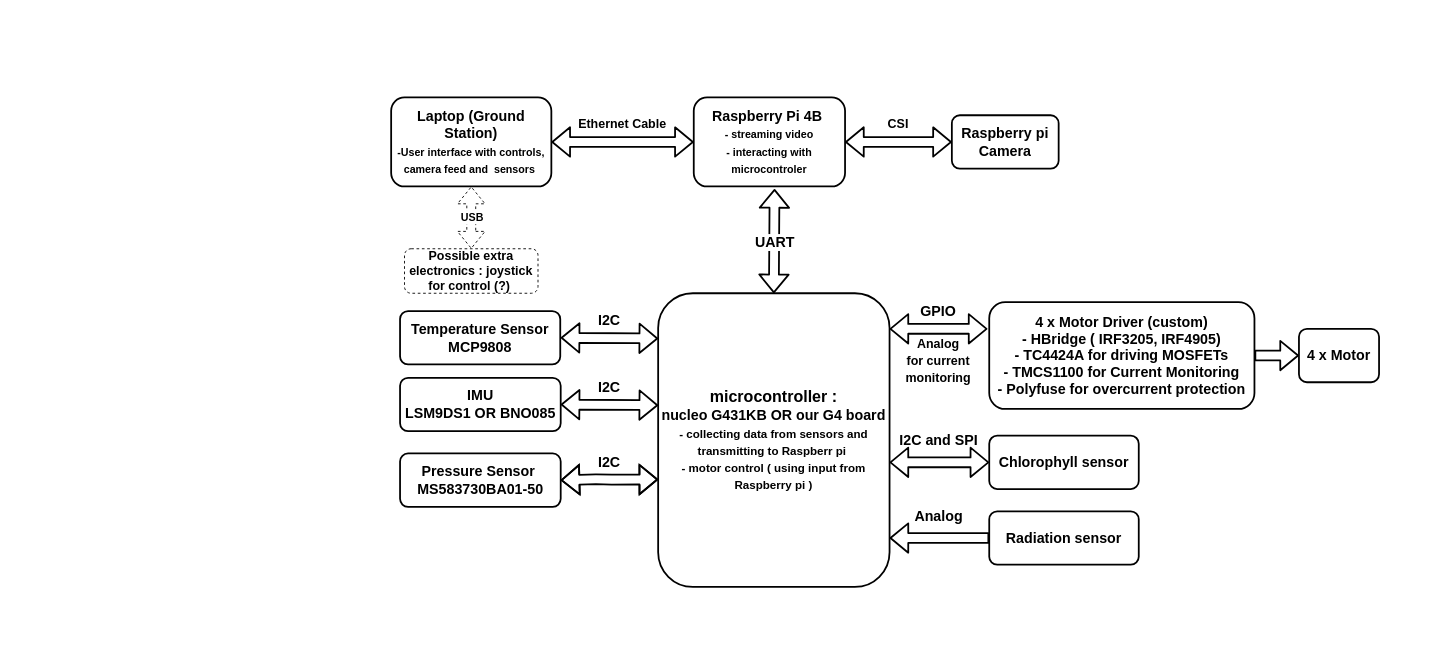
UoM-Robotics-Society/ROV-project keeps this draw.io diagram as docs/ROV-diagram.drawio. Above is the earlier version. Source tidied: cells renumbered, new cells numbered last; positions are measured from the earlier drawing's top-left corner, leaving out a move shared by most shapes. Both pictures are drawn from the tidied source at 89%, with x=0, y=0 at pixel (391, 97).
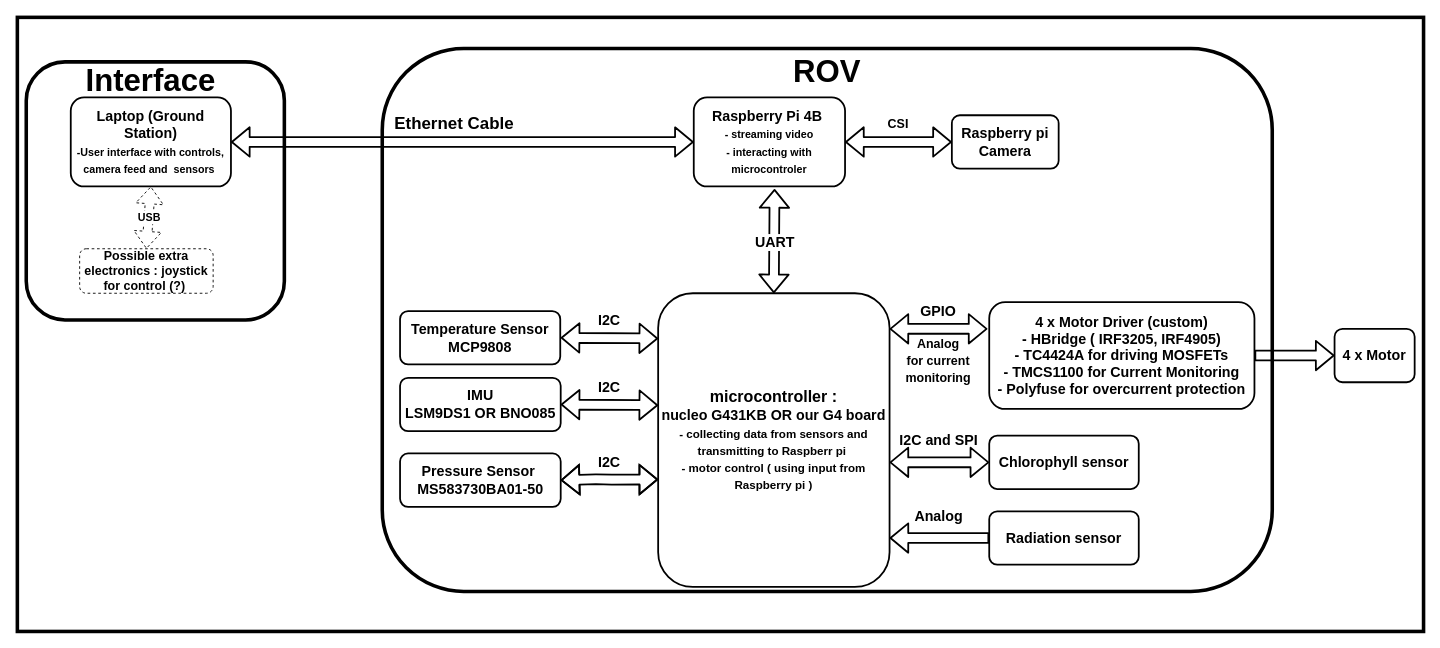
Above is the later version.

Commit message (it also covers changes not shown here):
corrected diagrams

Unchanged cells that the change refers to:
```xml
<mxCell id="8" value="Raspberry Pi 4B&amp;nbsp;&lt;br&gt;&lt;span style=&quot;font-size: 12px&quot;&gt;- streaming video&lt;/span&gt;&lt;br style=&quot;font-size: 12px&quot;&gt;&lt;span style=&quot;font-size: 12px&quot;&gt;- interacting with microcontroler&lt;/span&gt;&lt;br&gt;" style="rounded=1;whiteSpace=wrap;html=1;fontSize=16;strokeWidth=2;fontStyle=1;" parent="1" vertex="1">
  <mxGeometry x="340" width="170" height="100" as="geometry" />
</mxCell>
<mxCell id="16" value="4 x Motor Driver (custom)&lt;br&gt;- HBridge ( IRF3205, IRF4905)&lt;br&gt;- TC4424A for driving MOSFETs&lt;br&gt;- TMCS1100 for Current Monitoring&lt;br&gt;- Polyfuse for overcurrent protection" style="rounded=1;whiteSpace=wrap;html=1;fontSize=16;strokeWidth=2;fontStyle=1;" parent="1" vertex="1">
  <mxGeometry x="672" y="230" width="298" height="120" as="geometry" />
</mxCell>
```

The edit, as a diff of the source:
```diff
@@
+    <mxCell id="36" style="rounded=0;whiteSpace=wrap;html=1;fontSize=35;strokeWidth=4;" parent="1" vertex="1">
+      <mxGeometry x="-420" y="-90" width="1580" height="690" as="geometry" />
+    </mxCell>
+    <mxCell id="37" style="rounded=1;whiteSpace=wrap;html=1;fillColor=none;strokeWidth=4;" parent="1" vertex="1">
+      <mxGeometry x="-10" y="-55" width="1000" height="610" as="geometry" />
+    </mxCell>
     <mxCell id="2" value="&lt;font style=&quot;font-size: 16px&quot;&gt;&lt;b style=&quot;font-size: 16px&quot;&gt;Laptop (Ground Station)&lt;br&gt;&lt;/b&gt;&lt;span style=&quot;font-size: 12px ; font-weight: 700&quot;&gt;-User interface with controls, camera feed and&amp;nbsp; sensors&amp;nbsp;&lt;/span&gt;&lt;b style=&quot;font-size: 16px&quot;&gt;&lt;br style=&quot;font-size: 16px&quot;&gt;&lt;/b&gt;&lt;/font&gt;" style="rounded=1;whiteSpace=wrap;html=1;fontSize=16;strokeWidth=2;" parent="1" vertex="1">
-      <mxGeometry width="180" height="100" as="geometry" />
+      <mxGeometry x="-360" width="180" height="100" as="geometry" />
     </mxCell>
@@
     <mxCell id="5" value="Possible extra electronics : joystick for control (?)&amp;nbsp;" style="rounded=1;whiteSpace=wrap;html=1;strokeWidth=1;fontSize=14;fontStyle=1;dashed=1;" parent="1" vertex="1">
-      <mxGeometry x="15" y="170" width="150" height="50" as="geometry" />
+      <mxGeometry x="-350" y="170" width="150" height="50" as="geometry" />
     </mxCell>
-    <mxCell id="6" style="shape=flexArrow;endArrow=classic;startArrow=classic;html=1;fontSize=14;strokeWidth=2;exitX=1;exitY=0.5;exitDx=0;exitDy=0;" parent="1" edge="1" source="2">
-      <mxGeometry relative="1" as="geometry">
-        <mxPoint x="340" y="50" as="targetPoint" />
-      </mxGeometry>
+    <mxCell id="6" style="shape=flexArrow;endArrow=classic;startArrow=classic;html=1;fontSize=14;strokeWidth=2;exitX=1;exitY=0.5;exitDx=0;exitDy=0;entryX=0;entryY=0.5;entryDx=0;entryDy=0;" parent="1" edge="1" source="2" target="8">
+      <mxGeometry relative="1" as="geometry" />
     </mxCell>
-    <mxCell id="7" value="&lt;b&gt;&lt;font style=&quot;font-size: 14px&quot;&gt;Ethernet Cable&lt;/font&gt;&lt;/b&gt;" style="text;html=1;strokeColor=none;fillColor=none;align=center;verticalAlign=middle;whiteSpace=wrap;rounded=0;fontSize=12;" parent="1" vertex="1">
-      <mxGeometry x="200" y="20" width="120" height="20" as="geometry" />
+    <mxCell id="7" value="&lt;span style=&quot;font-size: 19px;&quot;&gt;&lt;font style=&quot;font-size: 19px;&quot;&gt;Ethernet Cable&lt;/font&gt;&lt;/span&gt;" style="text;html=1;strokeColor=none;fillColor=none;align=center;verticalAlign=middle;whiteSpace=wrap;rounded=0;fontSize=19;fontStyle=1;" parent="1" vertex="1">
+      <mxGeometry x="-49.5" y="20" width="240" height="20" as="geometry" />
     </mxCell>
@@
-    <mxCell id="17" style="shape=flexArrow;endArrow=classic;html=1;fontSize=16;strokeWidth=2;exitX=1;exitY=0.5;exitDx=0;exitDy=0;entryX=0;entryY=0.5;entryDx=0;entryDy=0;" parent="1" edge="1" source="16" target="20">
-      <mxGeometry relative="1" as="geometry" />
-    </mxCell>
@@
     <mxCell id="20" value="4 x Motor" style="rounded=1;whiteSpace=wrap;html=1;fontSize=16;strokeWidth=2;fontStyle=1;" parent="1" vertex="1">
-      <mxGeometry x="1020" y="260" width="90" height="60" as="geometry" />
+      <mxGeometry x="1060" y="260" width="90" height="60" as="geometry" />
     </mxCell>
@@
+    <mxCell id="38" style="rounded=1;whiteSpace=wrap;html=1;strokeWidth=4;fillColor=none;" parent="1" vertex="1">
+      <mxGeometry x="-410" y="-40" width="290" height="290" as="geometry" />
+    </mxCell>
+    <mxCell id="39" value="ROV" style="text;html=1;strokeColor=none;fillColor=none;align=center;verticalAlign=middle;whiteSpace=wrap;rounded=0;fontSize=35;fontStyle=1;" parent="1" vertex="1">
+      <mxGeometry x="470" y="-40" width="40" height="20" as="geometry" />
+    </mxCell>
+    <mxCell id="40" value="Interface" style="text;html=1;strokeColor=none;fillColor=none;align=center;verticalAlign=middle;whiteSpace=wrap;rounded=0;fontSize=35;fontStyle=1;" parent="1" vertex="1">
+      <mxGeometry x="-290" y="-30" width="40" height="20" as="geometry" />
+    </mxCell>
+    <mxCell id="17" style="shape=flexArrow;endArrow=classic;html=1;fontSize=16;strokeWidth=2;exitX=1;exitY=0.5;exitDx=0;exitDy=0;entryX=0;entryY=0.5;entryDx=0;entryDy=0;" parent="1" edge="1" source="16" target="20">
+      <mxGeometry relative="1" as="geometry" />
+    </mxCell>
```
